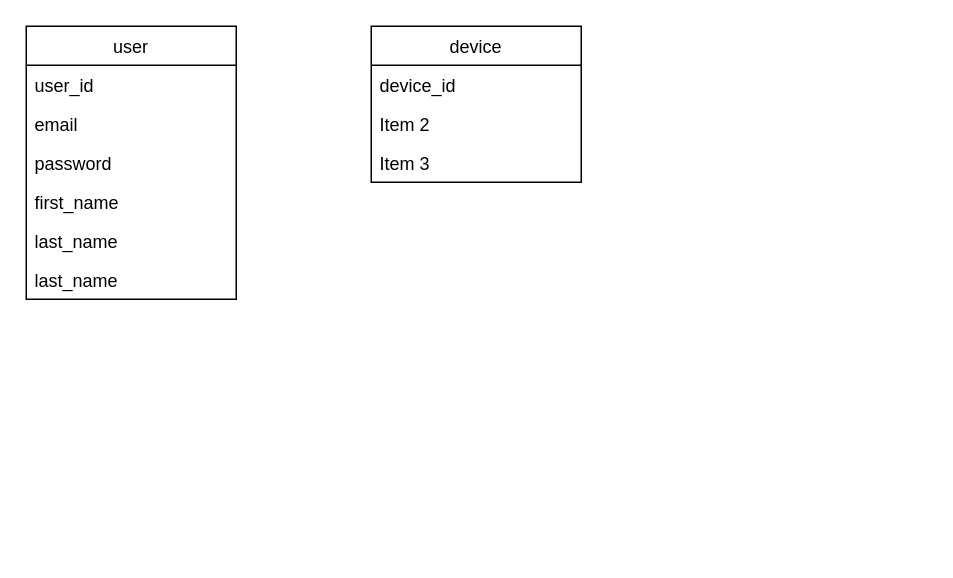
This is backend/diagrams/db.drawio from darkvictor13/Alert-Monitoring-System, a draw.io file, before an edit. Source tidied: cells renumbered, new cells numbered last; positions are measured from the earlier drawing's top-left corner, leaving out a move shared by most shapes. Both pictures are drawn from the tidied source at 150%, with x=0, y=0 at pixel (26, 26).
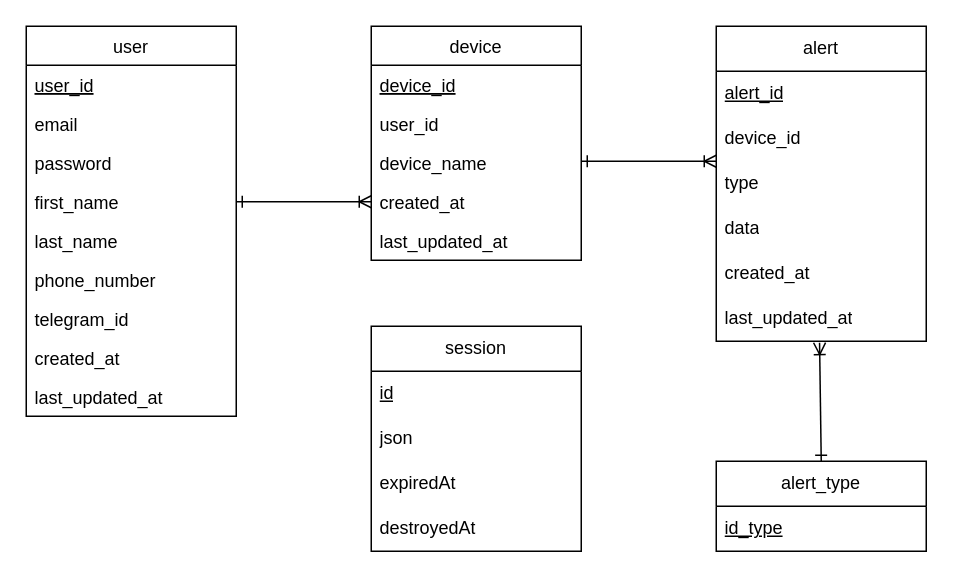
The same diagram, later.

Diff of the diagram source:
```diff
@@
     <mxCell id="2" value="user" style="swimlane;fontStyle=0;horizontal=1;startSize=26;fillColor=none;" parent="1" vertex="1">
-      <mxGeometry width="140" height="182" as="geometry" />
+      <mxGeometry width="140" height="260" as="geometry" />
     </mxCell>
-    <mxCell id="3" value="user_id" style="text;strokeColor=none;fillColor=none;align=left;verticalAlign=top;spacingLeft=4;spacingRight=4;overflow=hidden;" parent="2" vertex="1">
+    <mxCell id="3" value="user_id" style="text;strokeColor=none;fillColor=none;align=left;verticalAlign=top;spacingLeft=4;spacingRight=4;overflow=hidden;fontStyle=4;" parent="2" vertex="1">
       <mxGeometry y="26" width="140" height="26" as="geometry" />
     </mxCell>
@@
-    <mxCell id="8" value="last_name" style="text;strokeColor=none;fillColor=none;align=left;verticalAlign=top;spacingLeft=4;spacingRight=4;overflow=hidden;" parent="2" vertex="1">
+    <mxCell id="8" value="phone_number" style="text;strokeColor=none;fillColor=none;align=left;verticalAlign=top;spacingLeft=4;spacingRight=4;overflow=hidden;" parent="2" vertex="1">
       <mxGeometry y="156" width="140" height="26" as="geometry" />
     </mxCell>
+    <mxCell id="13" value="telegram_id" style="text;strokeColor=none;fillColor=none;align=left;verticalAlign=top;spacingLeft=4;spacingRight=4;overflow=hidden;" parent="2" vertex="1">
+      <mxGeometry y="182" width="140" height="26" as="geometry" />
+    </mxCell>
+    <mxCell id="14" value="created_at" style="text;strokeColor=none;fillColor=none;align=left;verticalAlign=top;spacingLeft=4;spacingRight=4;overflow=hidden;" parent="2" vertex="1">
+      <mxGeometry y="208" width="140" height="26" as="geometry" />
+    </mxCell>
+    <mxCell id="15" value="last_updated_at" style="text;strokeColor=none;fillColor=none;align=left;verticalAlign=top;spacingLeft=4;spacingRight=4;overflow=hidden;" parent="2" vertex="1">
+      <mxGeometry y="234" width="140" height="26" as="geometry" />
+    </mxCell>
     <mxCell id="9" value="device" style="swimlane;fontStyle=0;horizontal=1;startSize=26;fillColor=none;" parent="1" vertex="1">
-      <mxGeometry x="230" width="140" height="104" as="geometry" />
+      <mxGeometry x="230" width="140" height="156" as="geometry" />
     </mxCell>
-    <mxCell id="10" value="device_id" style="text;strokeColor=none;fillColor=none;align=left;verticalAlign=top;spacingLeft=4;spacingRight=4;overflow=hidden;" parent="9" vertex="1">
+    <mxCell id="10" value="device_id" style="text;strokeColor=none;fillColor=none;align=left;verticalAlign=top;spacingLeft=4;spacingRight=4;overflow=hidden;fontStyle=4;" parent="9" vertex="1">
       <mxGeometry y="26" width="140" height="26" as="geometry" />
     </mxCell>
+    <mxCell id="16" value="user_id" style="text;strokeColor=none;fillColor=none;align=left;verticalAlign=top;spacingLeft=4;spacingRight=4;overflow=hidden;" parent="9" vertex="1">
+      <mxGeometry y="52" width="140" height="26" as="geometry" />
+    </mxCell>
+    <mxCell id="17" value="device_name" style="text;strokeColor=none;fillColor=none;align=left;verticalAlign=top;spacingLeft=4;spacingRight=4;overflow=hidden;" parent="9" vertex="1">
+      <mxGeometry y="78" width="140" height="26" as="geometry" />
+    </mxCell>
-    <mxCell id="11" value="Item 2" style="text;strokeColor=none;fillColor=none;align=left;verticalAlign=top;spacingLeft=4;spacingRight=4;overflow=hidden;points=[[0,0.5],[1,0.5]];portConstraint=eastwest;" parent="9" vertex="1">
-      <mxGeometry y="52" width="140" height="26" as="geometry" />
+    <mxCell id="11" value="created_at" style="text;strokeColor=none;fillColor=none;align=left;verticalAlign=top;spacingLeft=4;spacingRight=4;overflow=hidden;points=[[0,0.5],[1,0.5]];portConstraint=eastwest;" parent="9" vertex="1">
+      <mxGeometry y="104" width="140" height="26" as="geometry" />
     </mxCell>
-    <mxCell id="12" value="Item 3" style="text;strokeColor=none;fillColor=none;align=left;verticalAlign=top;spacingLeft=4;spacingRight=4;overflow=hidden;" parent="9" vertex="1">
-      <mxGeometry y="78" width="140" height="26" as="geometry" />
+    <mxCell id="12" value="last_updated_at" style="text;strokeColor=none;fillColor=none;align=left;verticalAlign=top;spacingLeft=4;spacingRight=4;overflow=hidden;" parent="9" vertex="1">
+      <mxGeometry y="130" width="140" height="26" as="geometry" />
     </mxCell>
+    <mxCell id="18" style="edgeStyle=none;html=1;entryX=0;entryY=0.5;entryDx=0;entryDy=0;endArrow=ERoneToMany;endFill=0;startArrow=ERone;startFill=0;" parent="1" edge="1" target="11">
+      <mxGeometry relative="1" as="geometry">
+        <mxPoint x="140" y="117" as="sourcePoint" />
+      </mxGeometry>
+    </mxCell>
+    <mxCell id="19" value="session" style="swimlane;fontStyle=0;horizontal=1;startSize=30;whiteSpace=wrap;html=1;" parent="1" vertex="1">
+      <mxGeometry x="230" y="200" width="140" height="150" as="geometry" />
+    </mxCell>
+    <mxCell id="20" value="id" style="text;strokeColor=none;fillColor=none;align=left;verticalAlign=middle;spacingLeft=4;spacingRight=4;overflow=hidden;whiteSpace=wrap;html=1;fontStyle=4;" parent="19" vertex="1">
+      <mxGeometry y="30" width="140" height="30" as="geometry" />
+    </mxCell>
+    <mxCell id="21" value="json" style="text;strokeColor=none;fillColor=none;align=left;verticalAlign=middle;spacingLeft=4;spacingRight=4;overflow=hidden;whiteSpace=wrap;html=1;" parent="19" vertex="1">
+      <mxGeometry y="60" width="140" height="30" as="geometry" />
+    </mxCell>
+    <mxCell id="22" value="expiredAt" style="text;strokeColor=none;fillColor=none;align=left;verticalAlign=middle;spacingLeft=4;spacingRight=4;overflow=hidden;whiteSpace=wrap;html=1;" parent="19" vertex="1">
+      <mxGeometry y="90" width="140" height="30" as="geometry" />
+    </mxCell>
+    <mxCell id="23" value="destroyedAt" style="text;strokeColor=none;fillColor=none;align=left;verticalAlign=middle;spacingLeft=4;spacingRight=4;overflow=hidden;whiteSpace=wrap;html=1;" parent="19" vertex="1">
+      <mxGeometry y="120" width="140" height="30" as="geometry" />
+    </mxCell>
+    <mxCell id="24" value="alert" style="swimlane;fontStyle=0;horizontal=1;startSize=30;whiteSpace=wrap;html=1;" parent="1" vertex="1">
+      <mxGeometry x="460" width="140" height="210" as="geometry" />
+    </mxCell>
+    <mxCell id="25" value="alert_id" style="text;strokeColor=none;fillColor=none;align=left;verticalAlign=middle;spacingLeft=4;spacingRight=4;overflow=hidden;whiteSpace=wrap;html=1;fontStyle=4;" parent="24" vertex="1">
+      <mxGeometry y="30" width="140" height="30" as="geometry" />
+    </mxCell>
+    <mxCell id="26" value="device_id" style="text;strokeColor=none;fillColor=none;align=left;verticalAlign=middle;spacingLeft=4;spacingRight=4;overflow=hidden;whiteSpace=wrap;html=1;fontStyle=0;" parent="24" vertex="1">
+      <mxGeometry y="60" width="140" height="30" as="geometry" />
+    </mxCell>
+    <mxCell id="27" value="type" style="text;strokeColor=none;fillColor=none;align=left;verticalAlign=middle;spacingLeft=4;spacingRight=4;overflow=hidden;whiteSpace=wrap;html=1;" parent="24" vertex="1">
+      <mxGeometry y="90" width="140" height="30" as="geometry" />
+    </mxCell>
+    <mxCell id="28" value="data" style="text;strokeColor=none;fillColor=none;align=left;verticalAlign=middle;spacingLeft=4;spacingRight=4;overflow=hidden;whiteSpace=wrap;html=1;" parent="24" vertex="1">
+      <mxGeometry y="120" width="140" height="30" as="geometry" />
+    </mxCell>
+    <mxCell id="29" value="created_at" style="text;strokeColor=none;fillColor=none;align=left;verticalAlign=middle;spacingLeft=4;spacingRight=4;overflow=hidden;whiteSpace=wrap;html=1;" parent="24" vertex="1">
+      <mxGeometry y="150" width="140" height="30" as="geometry" />
+    </mxCell>
+    <mxCell id="30" value="last_updated_at" style="text;strokeColor=none;fillColor=none;align=left;verticalAlign=middle;spacingLeft=4;spacingRight=4;overflow=hidden;points=[[0,0.5],[1,0.5]];portConstraint=eastwest;whiteSpace=wrap;html=1;" parent="24" vertex="1">
+      <mxGeometry y="180" width="140" height="30" as="geometry" />
+    </mxCell>
+    <mxCell id="31" style="edgeStyle=none;html=1;entryX=0;entryY=0.5;entryDx=0;entryDy=0;endArrow=ERoneToMany;endFill=0;startArrow=ERone;startFill=0;" parent="1" edge="1">
+      <mxGeometry relative="1" as="geometry">
+        <mxPoint x="370" y="90" as="sourcePoint" />
+        <mxPoint x="460" y="90" as="targetPoint" />
+      </mxGeometry>
+    </mxCell>
+    <mxCell id="32" value="alert_type" style="swimlane;fontStyle=0;horizontal=1;startSize=30;whiteSpace=wrap;html=1;" parent="1" vertex="1">
+      <mxGeometry x="460" y="290" width="140" height="60" as="geometry" />
+    </mxCell>
+    <mxCell id="33" value="id_type" style="text;strokeColor=none;fillColor=none;align=left;verticalAlign=middle;spacingLeft=4;spacingRight=4;overflow=hidden;whiteSpace=wrap;html=1;fontStyle=4;" parent="32" vertex="1">
+      <mxGeometry y="30" width="140" height="30" as="geometry" />
+    </mxCell>
+    <mxCell id="34" style="edgeStyle=none;html=1;entryX=0.492;entryY=1.032;entryDx=0;entryDy=0;endArrow=ERoneToMany;endFill=0;startArrow=ERone;startFill=0;exitX=0.5;exitY=0;exitDx=0;exitDy=0;entryPerimeter=0;" parent="1" edge="1" source="32" target="30">
+      <mxGeometry relative="1" as="geometry" />
+    </mxCell>
```
